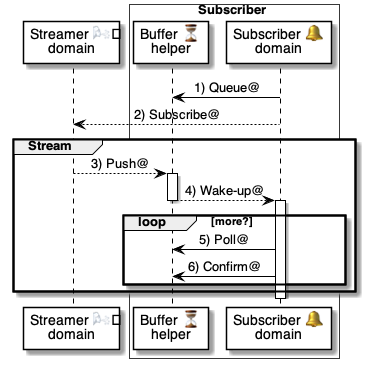
pollyweb-org/pollyweb-docs keeps this PlantUML diagram as 5 ⏩ Flows/78  🌬️⏩ Streamers/⚙️🌬️ Ingest.png. Above is the earlier version. Its source is kept beside it as 5 ⏩ Flows/78  🌬️⏩ Streamers/⚙️🌬️ Ingest.puml.
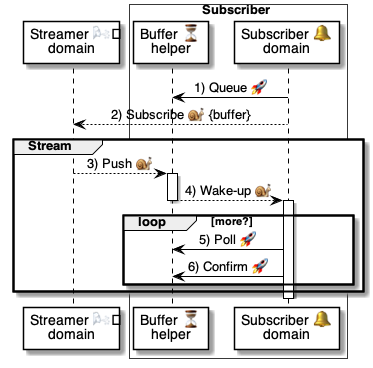
After the commit.

Change to the diagram source:
```diff
@@ -7,22 +7,22 @@
     participant "Subscriber 🔔\ndomain" as domain
 end box
 
-    domain -> buffer: 1) Queue@
-    domain --> streamer: 2) Subscribe@
+    domain -> buffer: 1) Queue 🚀
+    domain --> streamer: 2) Subscribe 🐌 {buffer}
 
 group Stream
 
-        streamer --> buffer: 3) Push@
+        streamer --> buffer: 3) Push 🐌
 
     activate buffer
-        buffer --> domain: 4) Wake-up@
+        buffer --> domain: 4) Wake-up 🐌
     deactivate buffer
 
     activate domain
 
         loop more?
-            domain -> buffer: 5) Poll@
-            domain -> buffer: 6) Confirm@
+            domain -> buffer: 5) Poll 🚀
+            domain -> buffer: 6) Confirm 🚀
         end loop
 
 
```
